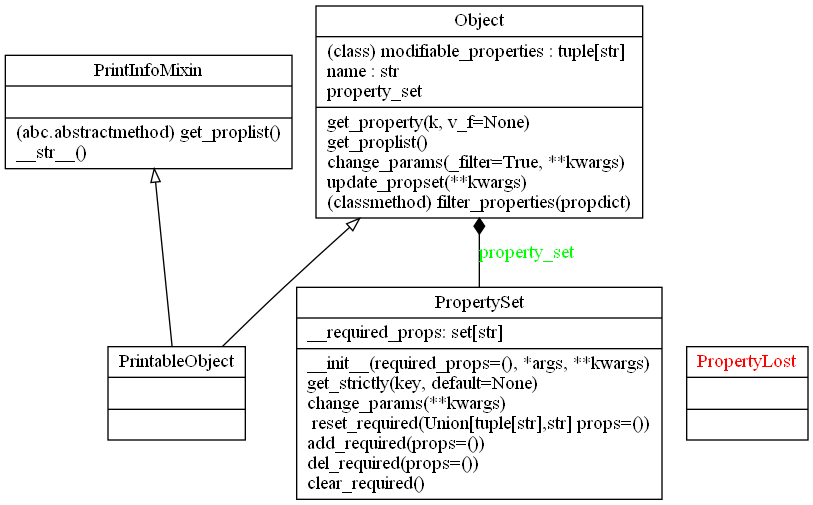
Above: docs/_assets/picture/uml/_utils_uml.png in bobdadada/cavag (Graphviz), before the change. Its source is kept beside it as docs/_assets/picture/uml/_utils_uml.dot.
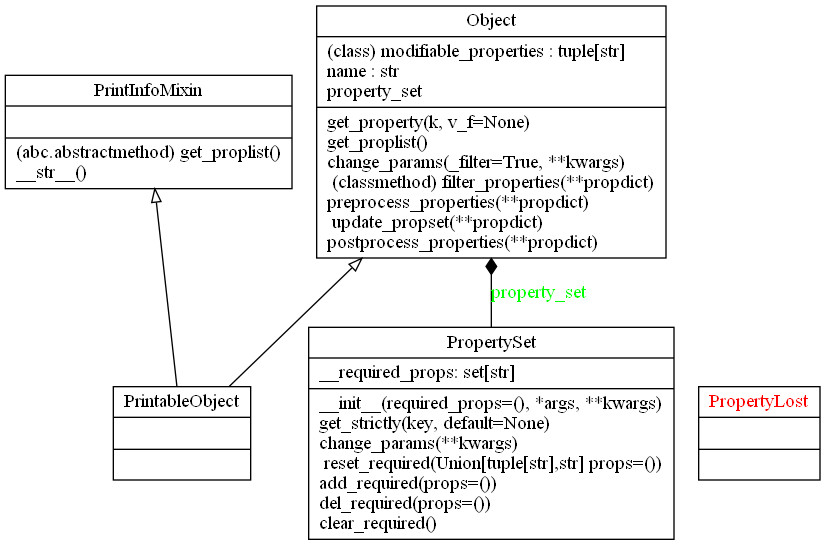
The same diagram one commit later.

Change to the diagram source:
```diff
@@ -8,7 +8,10 @@
             __init__(required_props=(), *args, **kwargs)\lget_strictly(key, default=None)\lchange_params(**kwargs)\l
             reset_required(Union[tuple[str],str] props=())\ladd_required(props=())\ldel_required(props=())\lclear_required()\l}", shape="record"];
 "4" [label="{Object|(class) modifiable_properties : tuple[str]\lname : str\lproperty_set\l|
-            get_property(k, v_f=None)\lget_proplist()\lchange_params(_filter=True, **kwargs)\lupdate_propset(**kwargs)\l(classmethod) filter_properties(propdict)\l}", shape="record"];
+            get_property(k, v_f=None)\lget_proplist()\lchange_params(_filter=True, **kwargs)\l
+            (classmethod) filter_properties(**propdict)\lpreprocess_properties(**propdict)\l
+            update_propset(**propdict)\lpostprocess_properties(**propdict)\l
+            }", shape="record"];
 "1" -> "0" [arrowhead="empty", arrowtail="none"];
 "1" -> "4" [arrowhead="empty", arrowtail="none"];
 "3" -> "4" [arrowhead="diamond", arrowtail="none", fontcolor="green", label="property_set", style="solid"];
```
